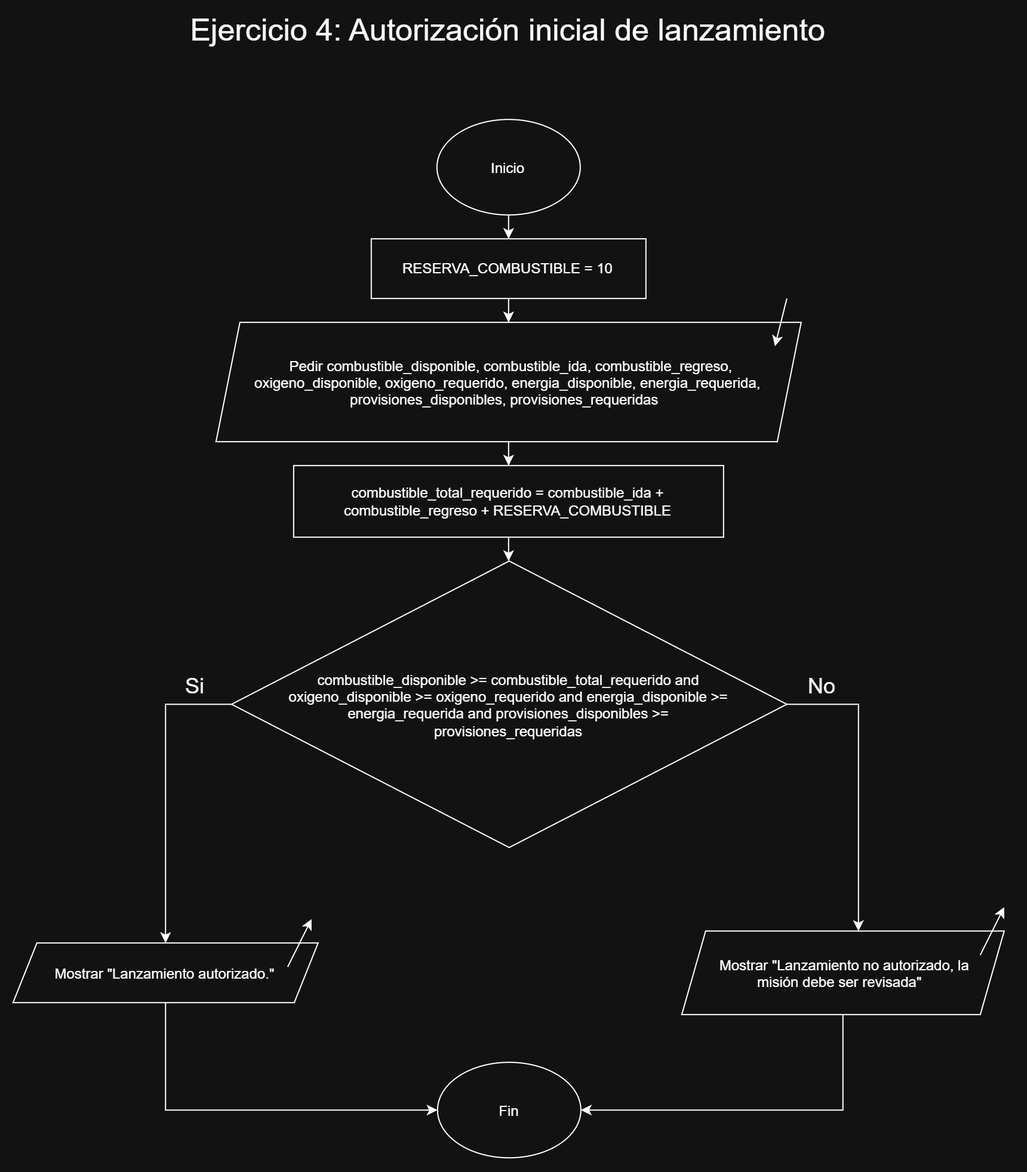
Above: documentacion/ejercicio4_diagrama.png in julian26-salazar04/mision-orbita (draw.io), before the change. Source tidied: cells renumbered, new cells last; positions are measured from the earlier drawing's top-left corner, leaving out a move shared by most shapes.
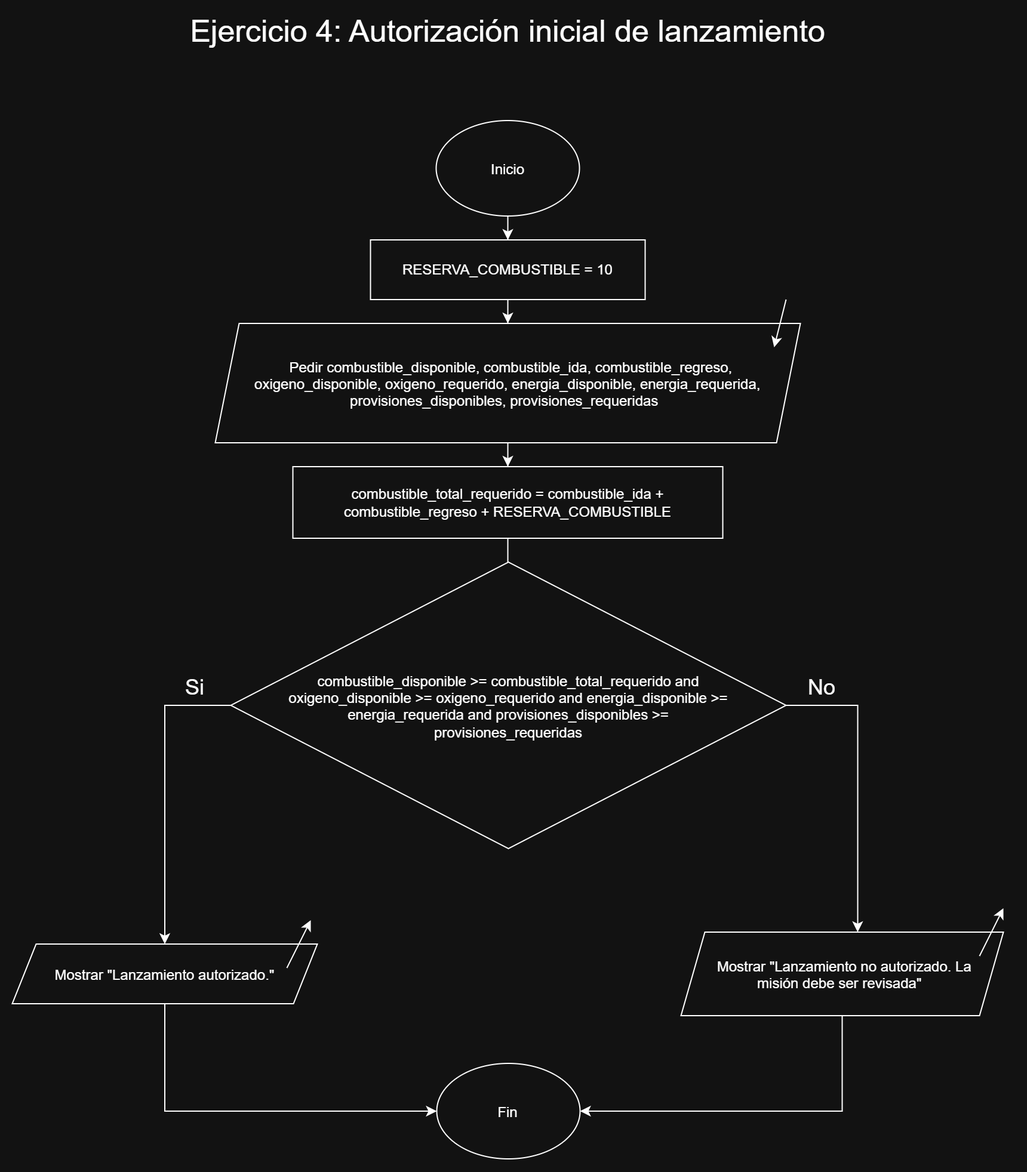
After the commit.

Commit message:
Actualiza ultima vez diagrama 4

What changed in the source:
```diff
@@ -38,7 +38,7 @@
         <mxPoint x="638" y="280" as="targetPoint" />
       </mxGeometry>
     </mxCell>
-    <mxCell id="13" value="Mostrar &quot;Lanzamiento no autorizado, la misión debe ser revisada&quot;" style="shape=parallelogram;perimeter=parallelogramPerimeter;whiteSpace=wrap;html=1;shapeInside=1;fixedSize=1;" parent="1" vertex="1">
+    <mxCell id="13" value="Mostrar &quot;Lanzamiento no autorizado. La misión debe ser revisada&quot;" style="shape=parallelogram;perimeter=parallelogramPerimeter;whiteSpace=wrap;html=1;shapeInside=1;fixedSize=1;" parent="1" vertex="1">
       <mxGeometry x="560" y="770" width="270" height="70" as="geometry" />
     </mxCell>
     <mxCell id="14" style="endArrow=classic;html=1;rounded=0;exitX=0;exitY=0.5;exitDx=0;exitDy=0;entryX=0.5;entryY=0;entryDx=0;entryDy=0;" parent="1" edge="1" source="10" target="11">
```
